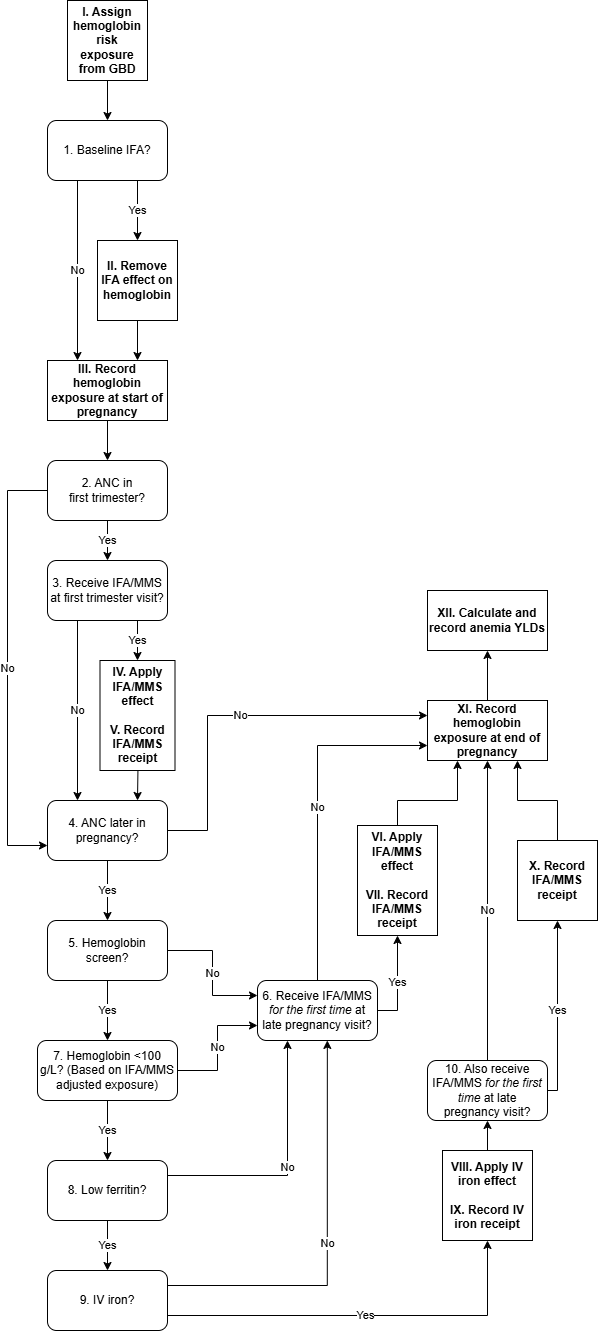
Above: docs/source/models/concept_models/vivarium_mncnh_portfolio/hemoglobin_component/hemoglobin_component.png in ihmeuw/vivarium_research (draw.io), before the change. Source tidied: cells renumbered, new cells last; positions are measured from the earlier drawing's top-left corner, leaving out a move shared by most shapes.
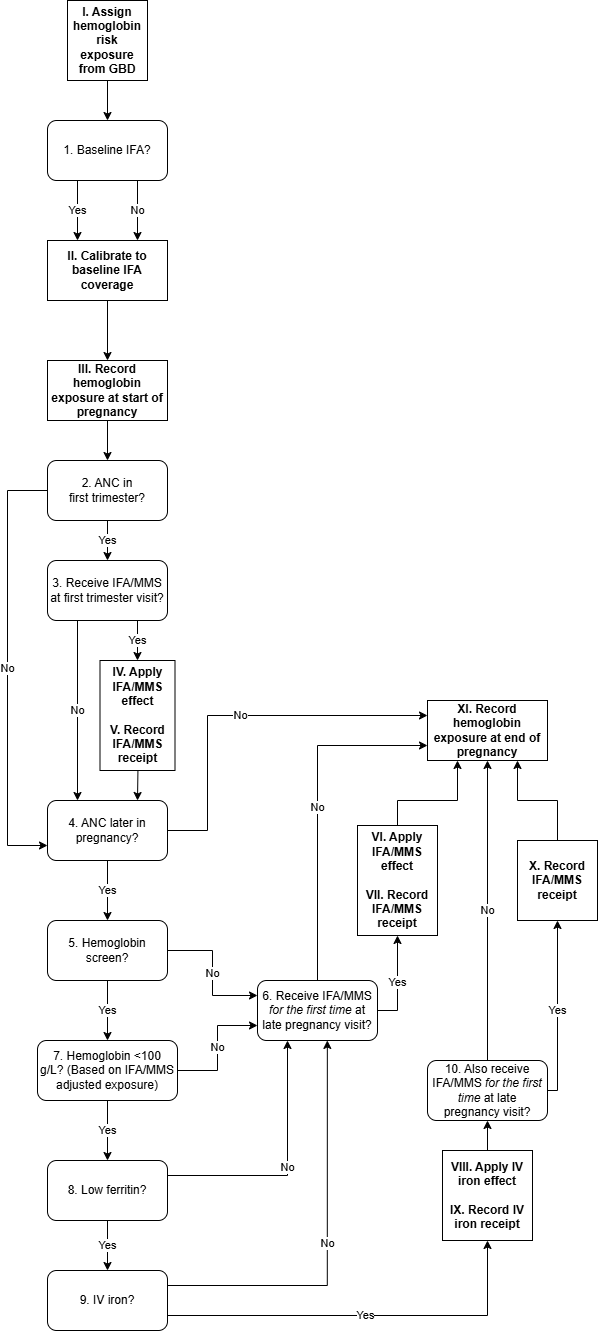
The same file after the commit.

Commit message:
Add step for baseline calibration

Diff of the diagram source:
```diff
@@ -2,10 +2,10 @@
   <root>
     <mxCell id="0" />
     <mxCell id="1" parent="0" />
-    <mxCell id="2" style="edgeStyle=orthogonalEdgeStyle;rounded=0;jettySize=auto;html=1;entryX=0.75;entryY=0;entryDx=0;entryDy=0;" parent="1" edge="1" source="40" target="43">
-      <mxGeometry relative="1" as="geometry" />
-    </mxCell>
+    <mxCell id="39" value="Yes" style="edgeStyle=orthogonalEdgeStyle;rounded=0;jettySize=auto;html=1;exitX=0.25;exitY=1;exitDx=0;exitDy=0;entryX=0.25;entryY=0;entryDx=0;entryDy=0;" parent="1" edge="1" source="4" target="50">
+      <mxGeometry relative="1" as="geometry" />
+    </mxCell>
-    <mxCell id="3" value="No" style="edgeStyle=orthogonalEdgeStyle;rounded=0;jettySize=auto;html=1;exitX=0.25;exitY=1;exitDx=0;exitDy=0;entryX=0.25;entryY=0;entryDx=0;entryDy=0;" parent="1" edge="1" source="4" target="43">
+    <mxCell id="3" value="No" style="edgeStyle=orthogonalEdgeStyle;rounded=0;jettySize=auto;html=1;exitX=0.75;exitY=1;exitDx=0;exitDy=0;entryX=0.75;entryY=0;entryDx=0;entryDy=0;" parent="1" edge="1" source="4" target="50">
       <mxGeometry relative="1" as="geometry" />
     </mxCell>
     <mxCell id="4" value="1. Baseline IFA?" style="rounded=1;whiteSpace=wrap;html=1;" parent="1" vertex="1">
@@ -143,12 +143,6 @@
     <mxCell id="38" value="No" style="edgeStyle=orthogonalEdgeStyle;rounded=0;jettySize=auto;html=1;exitX=1;exitY=0.25;exitDx=0;exitDy=0;entryX=0.582;entryY=0.999;entryDx=0;entryDy=0;entryPerimeter=0;" parent="1" edge="1" source="37" target="25">
       <mxGeometry relative="1" as="geometry" />
     </mxCell>
-    <mxCell id="39" value="Yes" style="edgeStyle=orthogonalEdgeStyle;rounded=0;jettySize=auto;html=1;exitX=0.75;exitY=1;exitDx=0;exitDy=0;exitPerimeter=0;" parent="1" edge="1" source="4" target="40">
-      <mxGeometry relative="1" as="geometry" />
-    </mxCell>
-    <mxCell id="40" value="II. Remove IFA effect on hemoglobin" style="whiteSpace=wrap;html=1;fontStyle=1;" parent="1" vertex="1">
-      <mxGeometry x="90" y="240" width="80" height="80" as="geometry" />
-    </mxCell>
     <mxCell id="41" value="I. Assign hemoglobin risk exposure from GBD" style="whiteSpace=wrap;html=1;fontStyle=1;" parent="1" vertex="1">
       <mxGeometry x="60" width="80" height="80" as="geometry" />
     </mxCell>
@@ -158,20 +152,20 @@
     <mxCell id="43" value="&lt;b&gt;III. Record hemoglobin exposure at start of pregnancy&lt;/b&gt;" style="rounded=0;whiteSpace=wrap;html=1;" parent="1" vertex="1">
       <mxGeometry x="40" y="360" width="120" height="60" as="geometry" />
     </mxCell>
-    <mxCell id="44" style="edgeStyle=orthogonalEdgeStyle;rounded=0;jettySize=auto;html=1;" parent="1" edge="1" source="45" target="46">
-      <mxGeometry relative="1" as="geometry" />
-    </mxCell>
     <mxCell id="45" value="&lt;b&gt;XI. Record hemoglobin exposure at end of pregnancy&lt;/b&gt;" style="rounded=0;whiteSpace=wrap;html=1;" parent="1" vertex="1">
       <mxGeometry x="420" y="700" width="120" height="60" as="geometry" />
     </mxCell>
-    <mxCell id="46" value="&lt;b&gt;XII. Calculate and record anemia YLDs&lt;/b&gt;" style="rounded=0;whiteSpace=wrap;html=1;" parent="1" vertex="1">
-      <mxGeometry x="420" y="590" width="120" height="60" as="geometry" />
-    </mxCell>
     <mxCell id="47" value="&lt;b&gt;IV. Apply IFA/MMS effect&lt;/b&gt;&lt;div&gt;&lt;b&gt;&lt;br&gt;&lt;/b&gt;&lt;/div&gt;&lt;div&gt;&lt;b&gt;V. Record IFA/MMS receipt&lt;/b&gt;&lt;/div&gt;" style="rounded=0;whiteSpace=wrap;html=1;" parent="1" vertex="1">
       <mxGeometry x="92.5" y="660" width="75" height="110" as="geometry" />
     </mxCell>
     <mxCell id="48" value="&lt;b&gt;VI. Apply IFA/MMS effect&lt;/b&gt;&lt;div&gt;&lt;b&gt;&lt;br&gt;&lt;/b&gt;&lt;/div&gt;&lt;div&gt;&lt;b&gt;VII. Record IFA/MMS receipt&lt;/b&gt;&lt;/div&gt;" style="rounded=0;whiteSpace=wrap;html=1;" parent="1" vertex="1">
       <mxGeometry x="350" y="825" width="80" height="110" as="geometry" />
     </mxCell>
+    <mxCell id="49" style="edgeStyle=orthogonalEdgeStyle;rounded=0;jettySize=auto;html=1;exitX=0.5;exitY=1;exitDx=0;exitDy=0;entryX=0.5;entryY=0;entryDx=0;entryDy=0;" parent="1" edge="1" source="50" target="43">
+      <mxGeometry relative="1" as="geometry" />
+    </mxCell>
+    <mxCell id="50" value="&lt;b&gt;II. Calibrate to baseline IFA coverage&lt;/b&gt;" style="rounded=0;whiteSpace=wrap;html=1;" parent="1" vertex="1">
+      <mxGeometry x="40" y="240" width="120" height="60" as="geometry" />
+    </mxCell>
   </root>
 </mxGraphModel>
```
